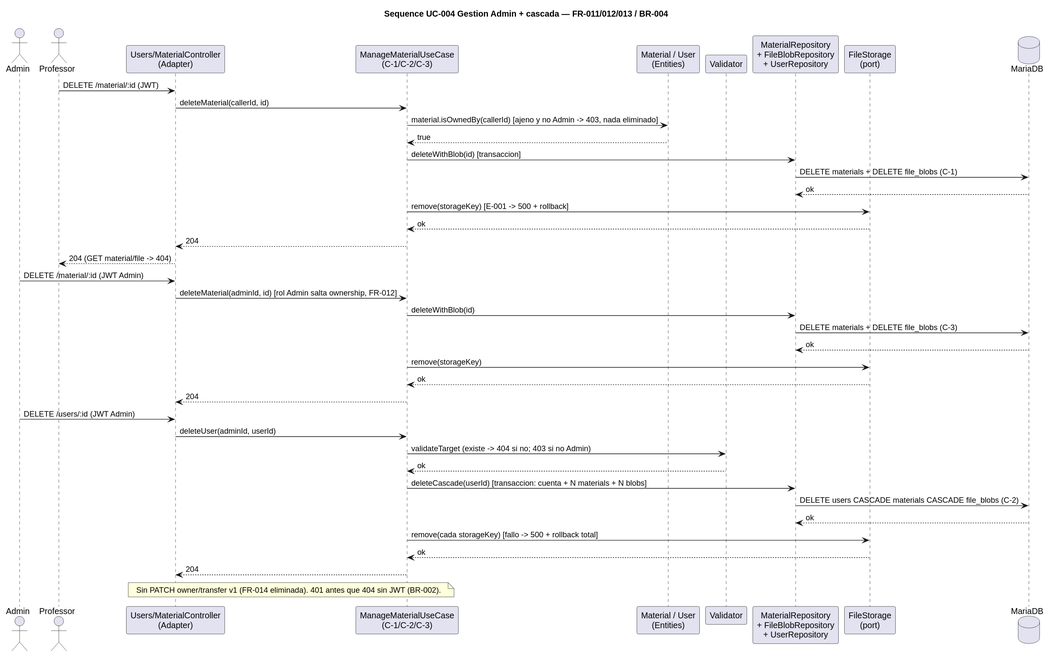
The PlantUML diagram 2026-09-29-laboratorio-bibliotech/docs/03-architecture/sequence-diagram-UC-004.svg in estebanmatias92/tecnicatura-practicas-profesionalizantes-ii, before a commit. The source it was exported from:
```plantuml
@startuml
title Sequence UC-004 Gestion Admin + cascada — FR-011/012/013 / BR-004
actor Admin
actor Professor
participant "Users/MaterialController\n(Adapter)" as Ctrl
participant "ManageMaterialUseCase\n(C-1/C-2/C-3)" as UC
participant "Material / User\n(Entities)" as Ent
participant "Validator" as Val
participant "MaterialRepository\n+ FileBlobRepository\n+ UserRepository" as Repo
participant "FileStorage\n(port)" as FS
database MariaDB as DB

Professor -> Ctrl : DELETE /material/:id (JWT)
Ctrl -> UC : deleteMaterial(callerId, id)
UC -> Ent : material.isOwnedBy(callerId) [ajeno y no Admin -> 403, nada eliminado]
Ent --> UC : true
UC -> Repo : deleteWithBlob(id) [transaccion]
Repo -> DB : DELETE materials + DELETE file_blobs (C-1)
DB --> Repo : ok
UC -> FS : remove(storageKey) [E-001 -> 500 + rollback]
FS --> UC : ok
UC --> Ctrl : 204
Ctrl --> Professor : 204 (GET material/file -> 404)

Admin -> Ctrl : DELETE /material/:id (JWT Admin)
Ctrl -> UC : deleteMaterial(adminId, id) [rol Admin salta ownership, FR-012]
UC -> Repo : deleteWithBlob(id)
Repo -> DB : DELETE materials + DELETE file_blobs (C-3)
DB --> Repo : ok
UC -> FS : remove(storageKey)
FS --> UC : ok
UC --> Ctrl : 204

Admin -> Ctrl : DELETE /users/:id (JWT Admin)
Ctrl -> UC : deleteUser(adminId, userId)
UC -> Val : validateTarget (existe -> 404 si no; 403 si no Admin)
Val --> UC : ok
UC -> Repo : deleteCascade(userId) [transaccion: cuenta + N materials + N blobs]
Repo -> DB : DELETE users CASCADE materials CASCADE file_blobs (C-2)
DB --> Repo : ok
UC -> FS : remove(cada storageKey) [fallo -> 500 + rollback total]
FS --> UC : ok
UC --> Ctrl : 204

note over Ctrl, UC : Sin PATCH owner/transfer v1 (FR-014 eliminada). 401 antes que 404 sin JWT (BR-002).
@enduml
```
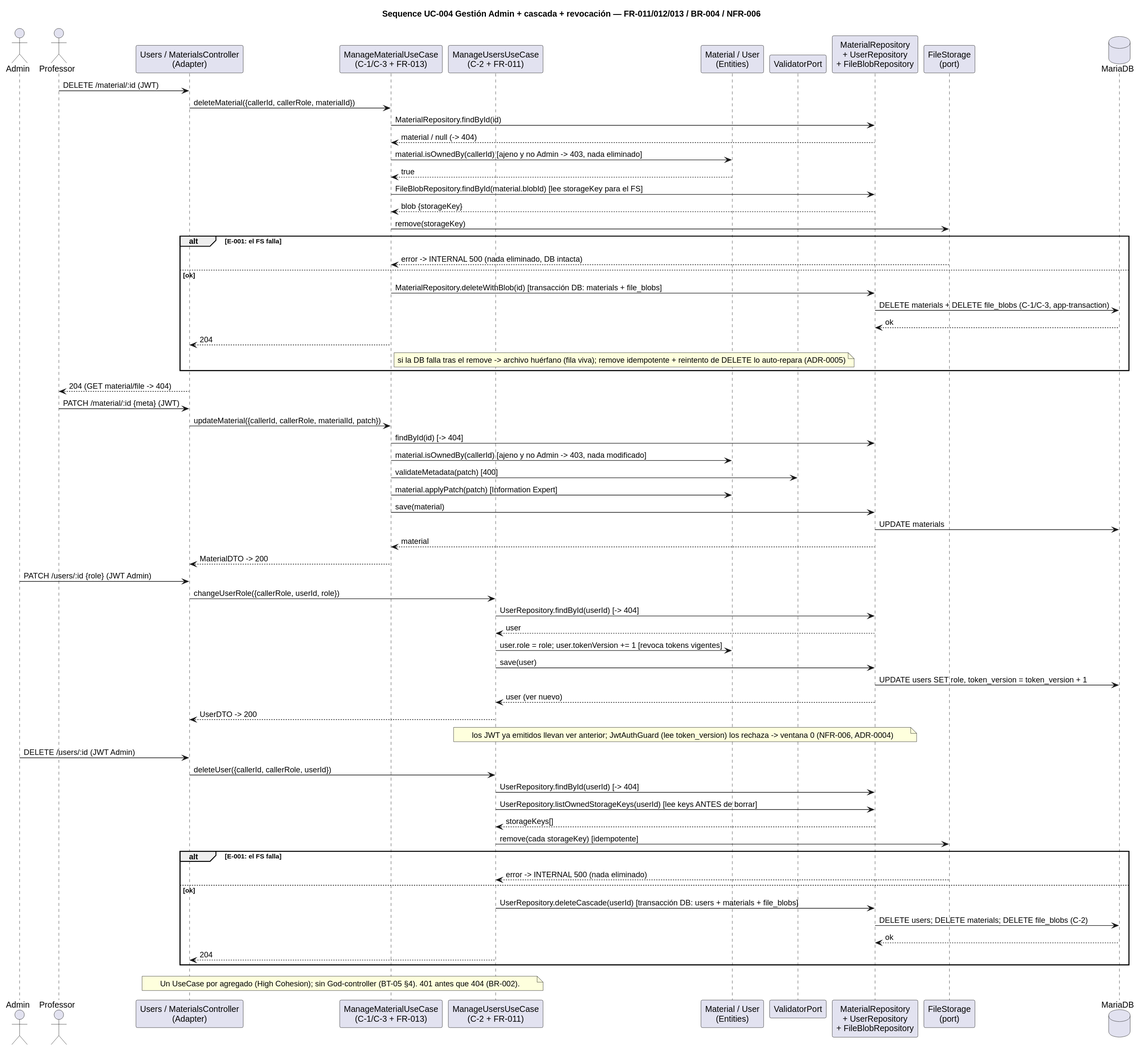
Later version of the same file.

What changed in the source:
```diff
@@ -1,46 +1,72 @@
 @startuml
-title Sequence UC-004 Gestion Admin + cascada — FR-011/012/013 / BR-004
+title Sequence UC-004 Gestión Admin + cascada + revocación — FR-011/012/013 / BR-004 / NFR-006
 actor Admin
 actor Professor
-participant "Users/MaterialController\n(Adapter)" as Ctrl
-participant "ManageMaterialUseCase\n(C-1/C-2/C-3)" as UC
+participant "Users / MaterialsController\n(Adapter)" as Ctrl
+participant "ManageMaterialUseCase\n(C-1/C-3 + FR-013)" as MM
+participant "ManageUsersUseCase\n(C-2 + FR-011)" as MU
 participant "Material / User\n(Entities)" as Ent
-participant "Validator" as Val
-participant "MaterialRepository\n+ FileBlobRepository\n+ UserRepository" as Repo
+participant "ValidatorPort" as Val
+participant "MaterialRepository\n+ UserRepository\n+ FileBlobRepository" as Repo
 participant "FileStorage\n(port)" as FS
 database MariaDB as DB
 
 Professor -> Ctrl : DELETE /material/:id (JWT)
-Ctrl -> UC : deleteMaterial(callerId, id)
-UC -> Ent : material.isOwnedBy(callerId) [ajeno y no Admin -> 403, nada eliminado]
-Ent --> UC : true
-UC -> Repo : deleteWithBlob(id) [transaccion]
-Repo -> DB : DELETE materials + DELETE file_blobs (C-1)
-DB --> Repo : ok
-UC -> FS : remove(storageKey) [E-001 -> 500 + rollback]
-FS --> UC : ok
-UC --> Ctrl : 204
+Ctrl -> MM : deleteMaterial({callerId, callerRole, materialId})
+MM -> Repo : MaterialRepository.findById(id)
+Repo --> MM : material / null (-> 404)
+MM -> Ent : material.isOwnedBy(callerId) [ajeno y no Admin -> 403, nada eliminado]
+Ent --> MM : true
+MM -> Repo : FileBlobRepository.findById(material.blobId) [lee storageKey para el FS]
+Repo --> MM : blob {storageKey}
+MM -> FS : remove(storageKey)
+alt E-001: el FS falla
+  FS --> MM : error -> INTERNAL 500 (nada eliminado, DB intacta)
+else ok
+  MM -> Repo : MaterialRepository.deleteWithBlob(id) [transacción DB: materials + file_blobs]
+  Repo -> DB : DELETE materials + DELETE file_blobs (C-1/C-3, app-transaction)
+  DB --> Repo : ok
+  MM --> Ctrl : 204
+  note right of MM : si la DB falla tras el remove -> archivo huérfano (fila viva); remove idempotente + reintento de DELETE lo auto-repara (ADR-0005)
+end
 Ctrl --> Professor : 204 (GET material/file -> 404)
 
-Admin -> Ctrl : DELETE /material/:id (JWT Admin)
-Ctrl -> UC : deleteMaterial(adminId, id) [rol Admin salta ownership, FR-012]
-UC -> Repo : deleteWithBlob(id)
-Repo -> DB : DELETE materials + DELETE file_blobs (C-3)
-DB --> Repo : ok
-UC -> FS : remove(storageKey)
-FS --> UC : ok
-UC --> Ctrl : 204
+Professor -> Ctrl : PATCH /material/:id {meta} (JWT)
+Ctrl -> MM : updateMaterial({callerId, callerRole, materialId, patch})
+MM -> Repo : findById(id) [-> 404]
+MM -> Ent : material.isOwnedBy(callerId) [ajeno y no Admin -> 403, nada modificado]
+MM -> Val : validateMetadata(patch) [400]
+MM -> Ent : material.applyPatch(patch) [Information Expert]
+MM -> Repo : save(material)
+Repo -> DB : UPDATE materials
+Repo --> MM : material
+MM --> Ctrl : MaterialDTO -> 200
+
+Admin -> Ctrl : PATCH /users/:id {role} (JWT Admin)
+Ctrl -> MU : changeUserRole({callerRole, userId, role})
+MU -> Repo : UserRepository.findById(userId) [-> 404]
+Repo --> MU : user
+MU -> Ent : user.role = role; user.tokenVersion += 1 [revoca tokens vigentes]
+MU -> Repo : save(user)
+Repo -> DB : UPDATE users SET role, token_version = token_version + 1
+Repo --> MU : user (ver nuevo)
+MU --> Ctrl : UserDTO -> 200
+note over MU, Repo : los JWT ya emitidos llevan ver anterior; JwtAuthGuard (lee token_version) los rechaza -> ventana 0 (NFR-006, ADR-0004)
 
 Admin -> Ctrl : DELETE /users/:id (JWT Admin)
-Ctrl -> UC : deleteUser(adminId, userId)
-UC -> Val : validateTarget (existe -> 404 si no; 403 si no Admin)
-Val --> UC : ok
-UC -> Repo : deleteCascade(userId) [transaccion: cuenta + N materials + N blobs]
-Repo -> DB : DELETE users CASCADE materials CASCADE file_blobs (C-2)
-DB --> Repo : ok
-UC -> FS : remove(cada storageKey) [fallo -> 500 + rollback total]
-FS --> UC : ok
-UC --> Ctrl : 204
+Ctrl -> MU : deleteUser({callerId, callerRole, userId})
+MU -> Repo : UserRepository.findById(userId) [-> 404]
+MU -> Repo : UserRepository.listOwnedStorageKeys(userId) [lee keys ANTES de borrar]
+Repo --> MU : storageKeys[]
+MU -> FS : remove(cada storageKey) [idempotente]
+alt E-001: el FS falla
+  FS --> MU : error -> INTERNAL 500 (nada eliminado)
+else ok
+  MU -> Repo : UserRepository.deleteCascade(userId) [transacción DB: users + materials + file_blobs]
+  Repo -> DB : DELETE users; DELETE materials; DELETE file_blobs (C-2)
+  DB --> Repo : ok
+  MU --> Ctrl : 204
+end
 
-note over Ctrl, UC : Sin PATCH owner/transfer v1 (FR-014 eliminada). 401 antes que 404 sin JWT (BR-002).
+note over Ctrl, MU : Un UseCase por agregado (High Cohesion); sin God-controller (BT-05 §4). 401 antes que 404 (BR-002).
 @enduml
```
